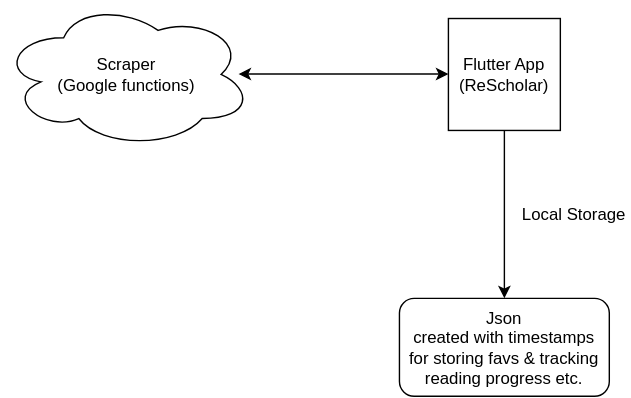
The draw.io diagram rescholar.drawio.svg in JDRanpariya/ReScholar, before a commit. Source tidied: cells renumbered, new cells last; positions are measured from the earlier drawing's top-left corner, leaving out a move shared by most shapes.
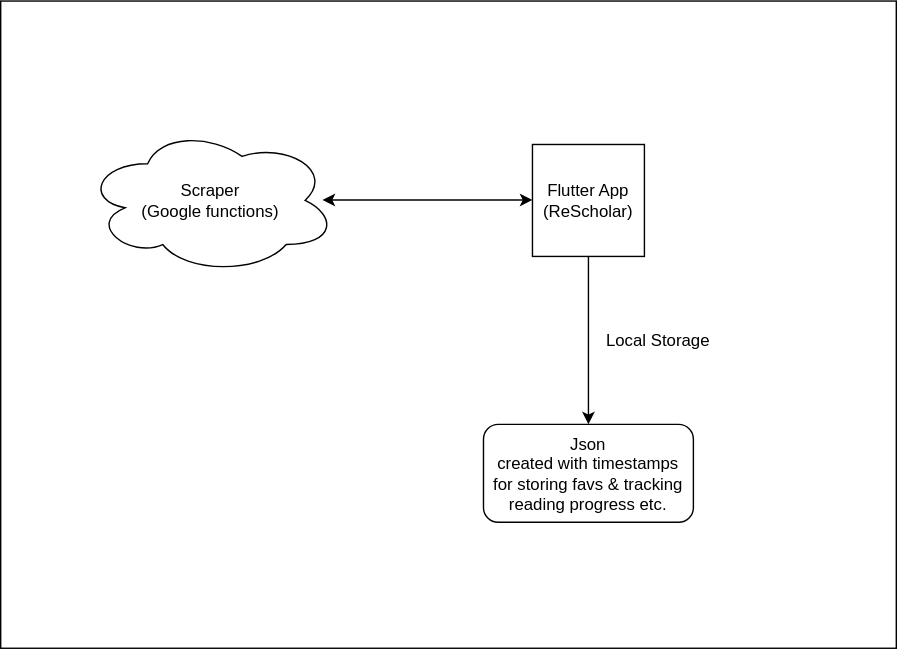
Above is the later version.

Diff of the diagram source:
```diff
@@ -1,7 +1,10 @@
-<mxGraphModel background="#ffffff">
+<mxGraphModel background="#FFFFFF">
   <root>
     <mxCell id="0" />
     <mxCell id="1" parent="0" />
+    <mxCell id="8" style="whiteSpace=wrap;html=1;" parent="1" vertex="1">
+      <mxGeometry x="-60" y="-90" width="640" height="462.5" as="geometry" />
+    </mxCell>
     <mxCell id="2" value="Flutter App&lt;br&gt;(ReScholar)" style="whiteSpace=wrap;html=1;" parent="1" vertex="1">
       <mxGeometry x="320" y="12.5" width="80" height="80" as="geometry" />
     </mxCell>
```
